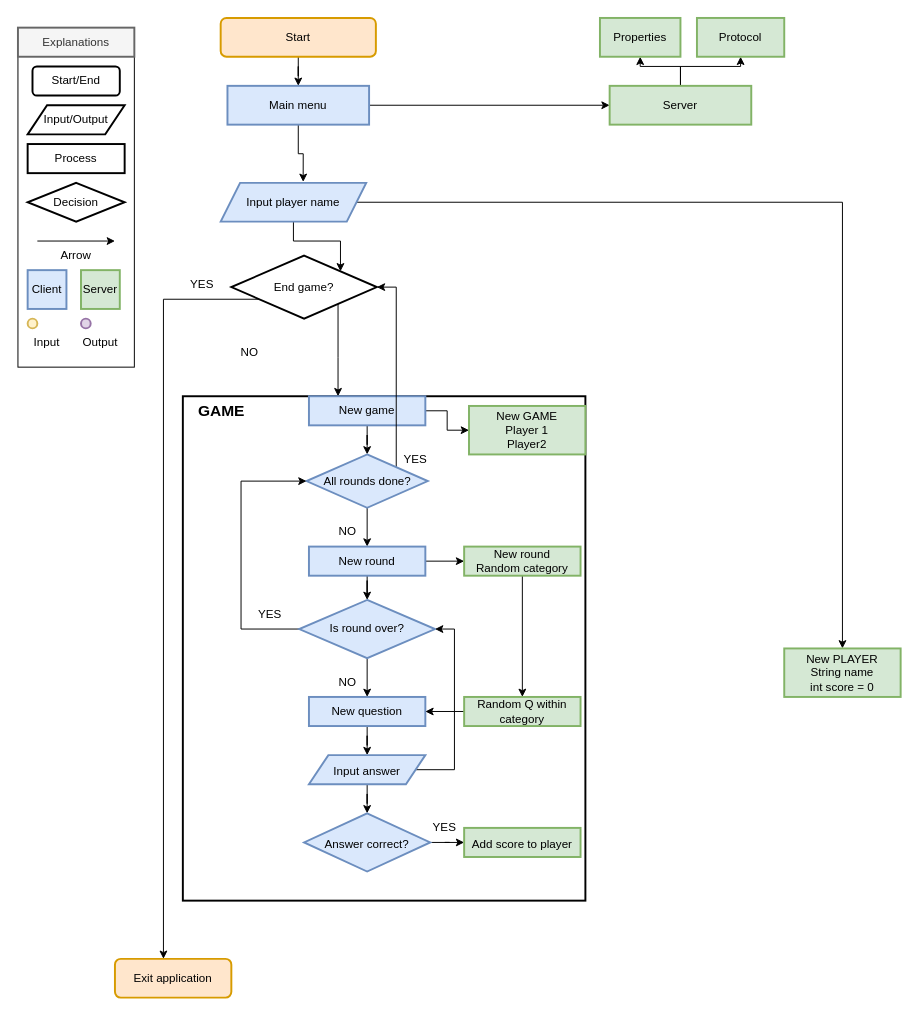
This is Namnlöst diagram.drawio from ramenberg/Quizkampen, a draw.io file, before an edit. Source tidied: cells renumbered, new cells numbered last; positions are measured from the earlier drawing's top-left corner, leaving out a move shared by most shapes. Both pictures are drawn from the tidied source at 97%, with x=0, y=0 at pixel (17, 17).
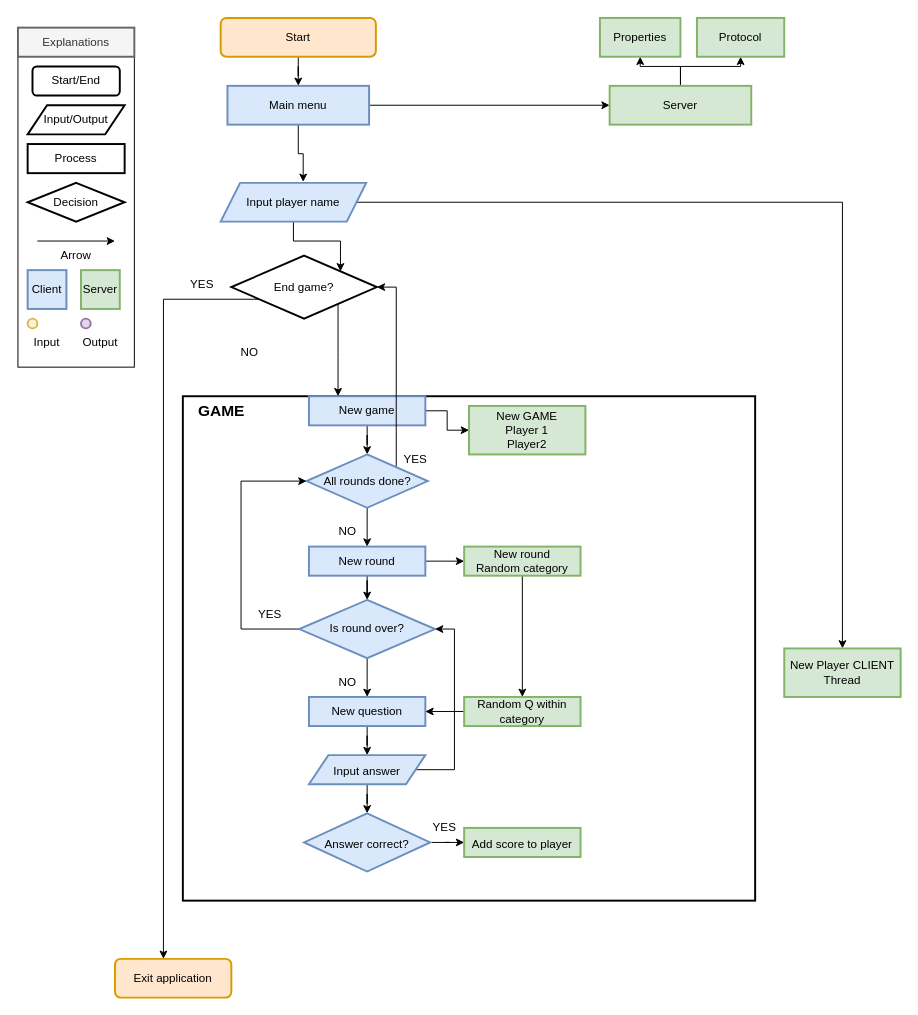
The same page after the edit.

What changed in the source:
```diff
@@
     <mxCell id="30" style="whiteSpace=wrap;html=1;strokeWidth=2;" parent="1" vertex="1">
-      <mxGeometry x="170" y="390" width="415" height="520" as="geometry" />
+      <mxGeometry x="170" y="390" width="590" height="520" as="geometry" />
     </mxCell>
@@
-    <mxCell id="35" value="New PLAYER&lt;br&gt;String name&lt;br&gt;int score = 0" style="whiteSpace=wrap;html=1;fillColor=#d5e8d4;strokeColor=#82b366;strokeWidth=2;" parent="1" vertex="1">
+    <mxCell id="35" value="New Player CLIENT&lt;br&gt;Thread" style="whiteSpace=wrap;html=1;fillColor=#d5e8d4;strokeColor=#82b366;strokeWidth=2;" parent="1" vertex="1">
       <mxGeometry x="790" y="650" width="120" height="50" as="geometry" />
     </mxCell>
```
